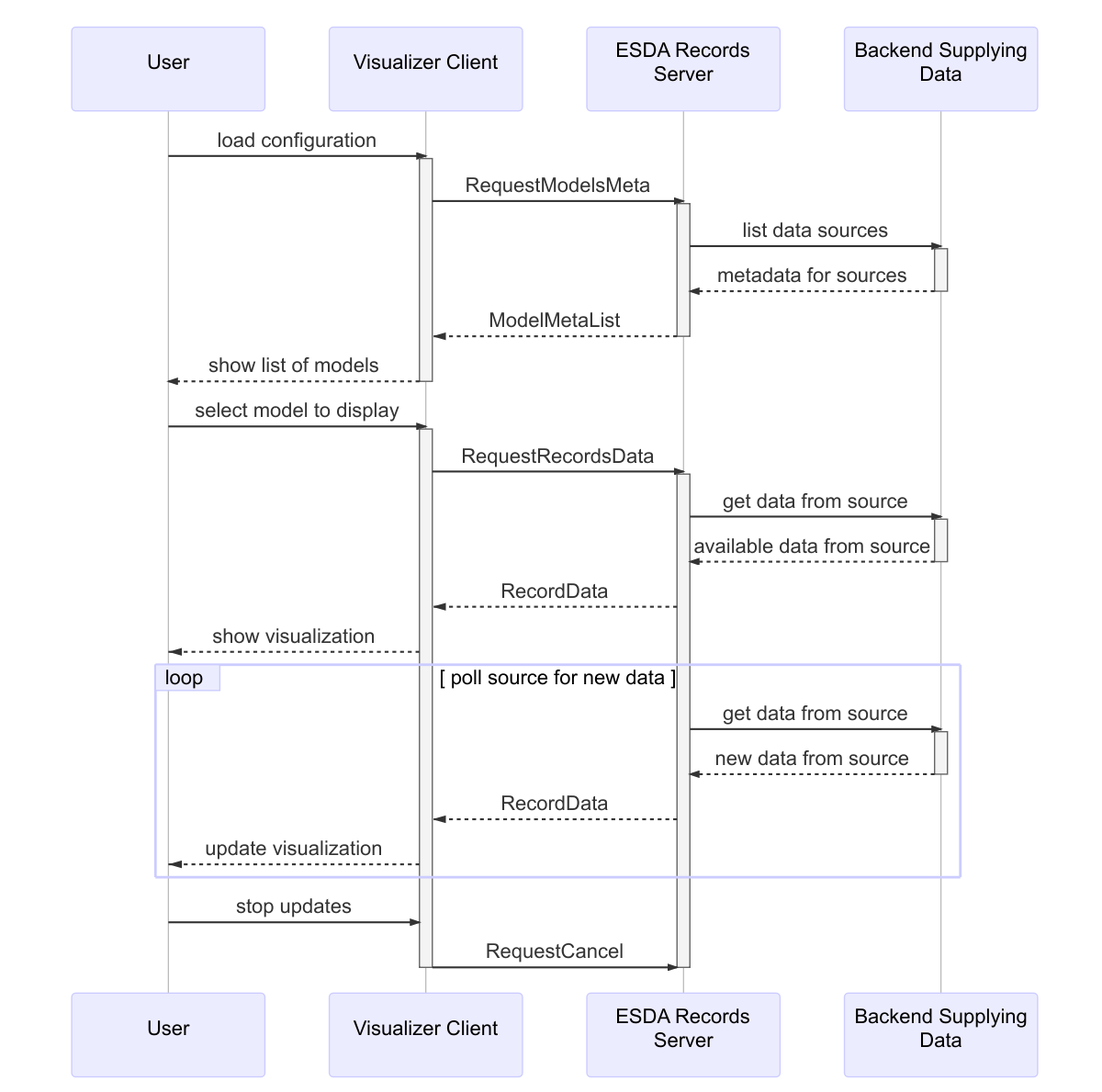
NREL/AESD keeps this Mermaid diagram as dynamic-data-rpc.mermaid.png. Above is the earlier version. Its source is kept beside it as dynamic-data-rpc.mermaid.
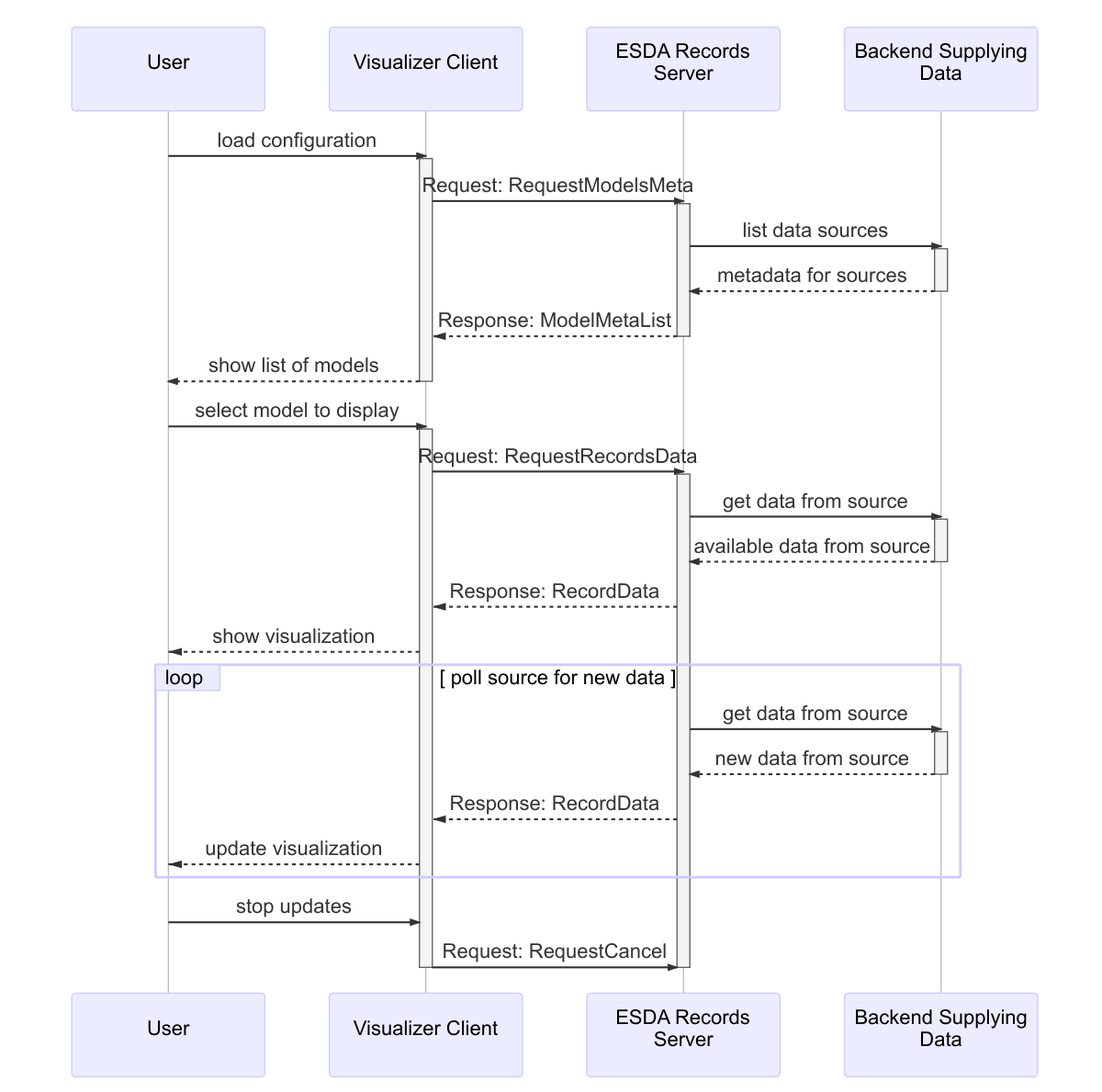
The same file after the commit.

Diff of the diagram source:
```diff
@@ -7,26 +7,26 @@
 
 User ->> Visualizer Client: load configuration
 activate Visualizer Client
-Visualizer Client ->> ESDA Records Server: RequestModelsMeta
+Visualizer Client ->> ESDA Records Server: Request: RequestModelsMeta
 activate ESDA Records Server
 ESDA Records Server ->> Backend Supplying Data: list data sources
 activate Backend Supplying Data
 Backend Supplying Data -->> ESDA Records Server: metadata for sources
 deactivate Backend Supplying Data
-ESDA Records Server --x Visualizer Client: ModelMetaList
+ESDA Records Server --x Visualizer Client: Response: ModelMetaList
 deactivate ESDA Records Server
 Visualizer Client -->> User: show list of models
 deactivate Visualizer Client
 
 User ->> Visualizer Client: select model to display
 activate Visualizer Client
-Visualizer Client ->> ESDA Records Server: RequestRecordsData
+Visualizer Client ->> ESDA Records Server: Request: RequestRecordsData
 activate ESDA Records Server
 ESDA Records Server ->> Backend Supplying Data: get data from source
 activate Backend Supplying Data
 Backend Supplying Data -->> ESDA Records Server: available data from source
 deactivate Backend Supplying Data
-ESDA Records Server --x Visualizer Client: RecordData
+ESDA Records Server --x Visualizer Client: Response: RecordData
 Visualizer Client --x User: show visualization
 
 loop poll source for new data
@@ -34,11 +34,11 @@
   activate Backend Supplying Data
   Backend Supplying Data -->> ESDA Records Server: new data from source
   deactivate Backend Supplying Data
-  ESDA Records Server --x Visualizer Client: RecordData
+  ESDA Records Server --x Visualizer Client: Response: RecordData
   Visualizer Client --x User: update visualization
 end
 
 User ->> Visualizer Client: stop updates
-Visualizer Client ->> ESDA Records Server: RequestCancel
+Visualizer Client ->> ESDA Records Server: Request: RequestCancel
 deactivate ESDA Records Server
 deactivate Visualizer Client
```
